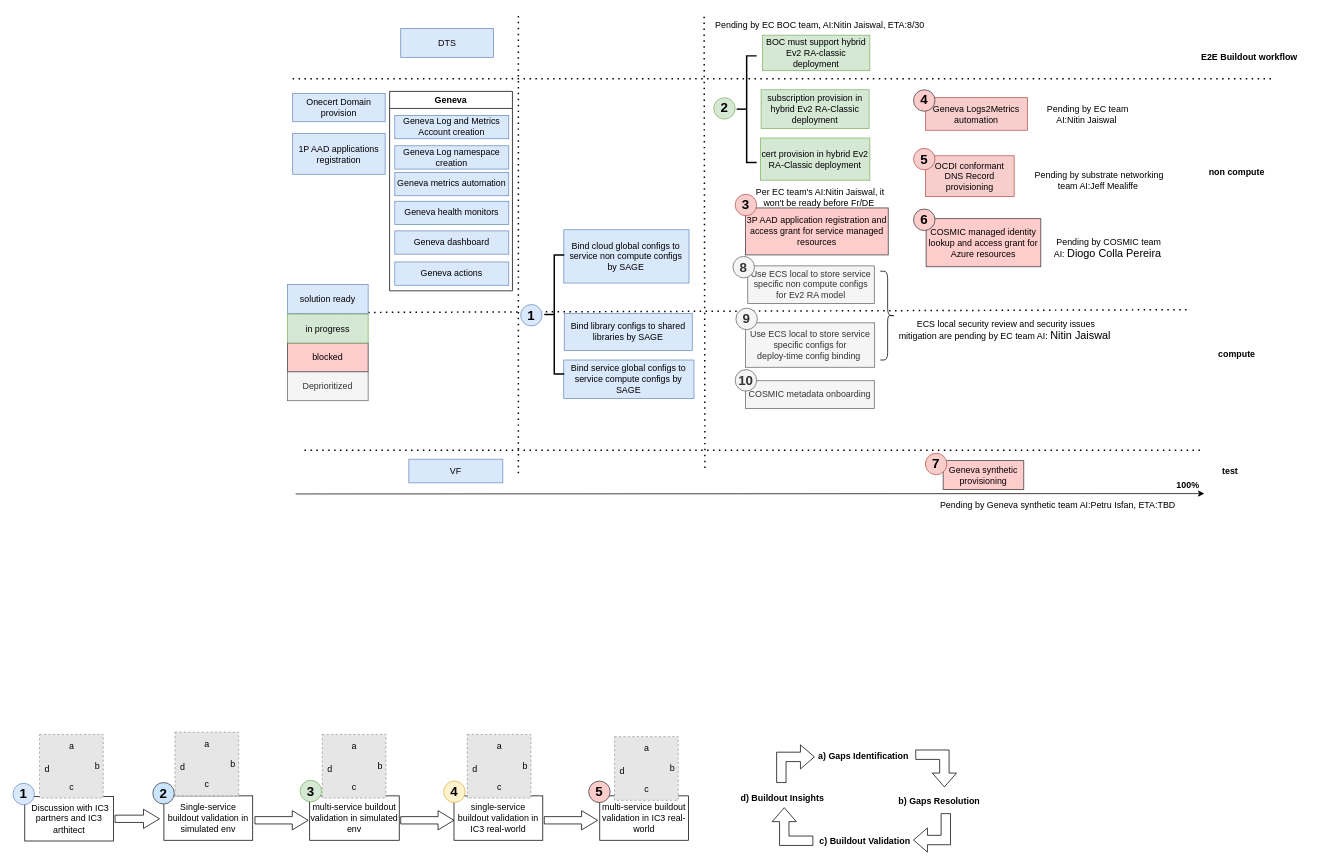
Before: page "automation status overview" (9 of 10) of buildout.drawio in nonly/timewheel, a draw.io diagram. Source tidied: cells renumbered, new cells numbered last; positions are measured from the earlier drawing's top-left corner, leaving out a move shared by most shapes. Both pictures are drawn from the tidied source at 74%, with x=0, y=0 at pixel (13, 13). Pictures stored in the file or linked from it are replaced by grey dashed boxes.
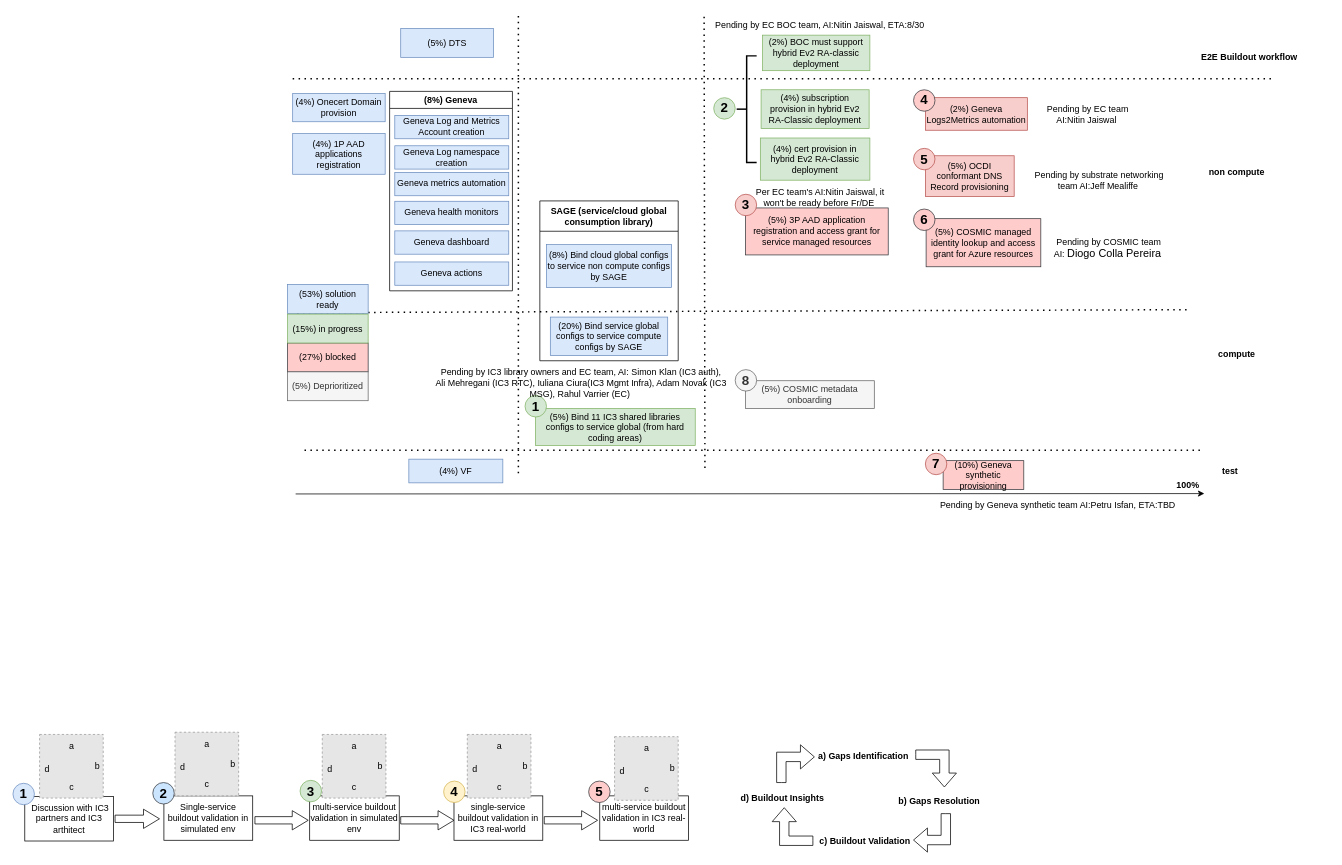
The same page after the edit.

The edit, as a diff of the source:
```diff
@@
-    <mxCell id="3" value="Onecert Domain provision" style="rounded=0;whiteSpace=wrap;html=1;fillColor=#dae8fc;strokeColor=#6c8ebf;" parent="1" vertex="1">
+    <mxCell id="3" value="(4%) Onecert Domain provision" style="rounded=0;whiteSpace=wrap;html=1;fillColor=#dae8fc;strokeColor=#6c8ebf;" parent="1" vertex="1">
       <mxGeometry x="378" y="108" width="125" height="38" as="geometry" />
     </mxCell>
@@
-    <mxCell id="5" value="Use ECS local to store service specific non compute configs for Ev2 RA model" style="rounded=0;whiteSpace=wrap;html=1;fillColor=#f5f5f5;strokeColor=#666666;fontColor=#333333;" parent="1" vertex="1">
-      <mxGeometry x="993" y="340.8" width="171" height="51" as="geometry" />
-    </mxCell>
-    <mxCell id="6" value="Use ECS local to store service specific configs for&lt;br&gt;deploy-time config binding&amp;nbsp;" style="rounded=0;whiteSpace=wrap;html=1;fillColor=#f5f5f5;strokeColor=#666666;fontColor=#333333;" parent="1" vertex="1">
-      <mxGeometry x="989.8" y="417.8" width="174.7" height="60" as="geometry" />
-    </mxCell>
-    <mxCell id="7" value="subscription provision in hybrid Ev2 RA-Classic deployment" style="rounded=0;whiteSpace=wrap;html=1;fillColor=#d5e8d4;strokeColor=#82b366;" parent="1" vertex="1">
+    <mxCell id="7" value="(4%) subscription provision in hybrid Ev2 RA-Classic deployment" style="rounded=0;whiteSpace=wrap;html=1;fillColor=#d5e8d4;strokeColor=#82b366;" parent="1" vertex="1">
       <mxGeometry x="1011" y="102.8" width="146" height="52.5" as="geometry" />
     </mxCell>
-    <mxCell id="8" value="cert provision in hybrid Ev2 RA-Classic deployment" style="rounded=0;whiteSpace=wrap;html=1;fillColor=#d5e8d4;strokeColor=#82b366;" parent="1" vertex="1">
+    <mxCell id="8" value="(4%) cert provision in hybrid Ev2 RA-Classic deployment" style="rounded=0;whiteSpace=wrap;html=1;fillColor=#d5e8d4;strokeColor=#82b366;" parent="1" vertex="1">
       <mxGeometry x="1010" y="168" width="148" height="57" as="geometry" />
     </mxCell>
-    <mxCell id="9" value="Bind service global configs to service compute configs by SAGE" style="rounded=0;whiteSpace=wrap;html=1;fillColor=#dae8fc;strokeColor=#6c8ebf;" parent="1" vertex="1">
-      <mxGeometry x="744.3" y="468" width="176" height="52" as="geometry" />
-    </mxCell>
-    <mxCell id="10" value="Bind library configs to shared libraries by SAGE" style="rounded=0;whiteSpace=wrap;html=1;fillColor=#dae8fc;strokeColor=#6c8ebf;" parent="1" vertex="1">
-      <mxGeometry x="745" y="405.2" width="173" height="50" as="geometry" />
+    <mxCell id="10" value="(5%) Bind 11 IC3 shared libraries configs to service global (from hard coding areas)" style="rounded=0;whiteSpace=wrap;html=1;fillColor=#d5e8d4;strokeColor=#82b366;" parent="1" vertex="1">
+      <mxGeometry x="706" y="533.5" width="216" height="50" as="geometry" />
     </mxCell>
-    <mxCell id="11" value="3P AAD application registration and access grant for service managed resources" style="rounded=0;whiteSpace=wrap;html=1;fillColor=#ffcccc;strokeColor=#36393d;" parent="1" vertex="1">
+    <mxCell id="11" value="(5%) 3P AAD application registration and access grant for service managed resources" style="rounded=0;whiteSpace=wrap;html=1;fillColor=#ffcccc;strokeColor=#36393d;" parent="1" vertex="1">
       <mxGeometry x="989.8" y="262.5" width="193" height="63.5" as="geometry" />
     </mxCell>
-    <mxCell id="12" value="OCDI conformant DNS Record provisioning" style="rounded=0;whiteSpace=wrap;html=1;fillColor=#f8cecc;strokeColor=#b85450;" parent="1" vertex="1">
+    <mxCell id="12" value="(5%) OCDI conformant DNS Record provisioning" style="rounded=0;whiteSpace=wrap;html=1;fillColor=#f8cecc;strokeColor=#b85450;" parent="1" vertex="1">
       <mxGeometry x="1233" y="192" width="120" height="55" as="geometry" />
     </mxCell>
-    <mxCell id="13" value="COSMIC managed identity lookup and access grant for Azure resources" style="rounded=0;whiteSpace=wrap;html=1;fillColor=#ffcccc;strokeColor=#36393d;" parent="1" vertex="1">
+    <mxCell id="13" value="(5%) COSMIC managed identity lookup and access grant for Azure resources" style="rounded=0;whiteSpace=wrap;html=1;fillColor=#ffcccc;strokeColor=#36393d;" parent="1" vertex="1">
       <mxGeometry x="1234" y="277" width="155" height="65" as="geometry" />
     </mxCell>
-    <mxCell id="14" value="Geneva synthetic provisioning" style="rounded=0;whiteSpace=wrap;html=1;fillColor=#ffcccc;strokeColor=#36393d;" parent="1" vertex="1">
+    <mxCell id="14" value="(10%) Geneva synthetic provisioning" style="rounded=0;whiteSpace=wrap;html=1;fillColor=#ffcccc;strokeColor=#36393d;" parent="1" vertex="1">
       <mxGeometry x="1257" y="604" width="109" height="39" as="geometry" />
     </mxCell>
@@
-    <mxCell id="16" value="COSMIC metadata onboarding" style="rounded=0;whiteSpace=wrap;html=1;fillColor=#f5f5f5;strokeColor=#666666;fontColor=#333333;" parent="1" vertex="1">
+    <mxCell id="16" value="(5%) COSMIC metadata onboarding" style="rounded=0;whiteSpace=wrap;html=1;fillColor=#f5f5f5;strokeColor=#666666;fontColor=#333333;" parent="1" vertex="1">
       <mxGeometry x="989.8" y="496" width="174.2" height="37.5" as="geometry" />
     </mxCell>
@@
-    <mxCell id="23" value="VF" style="rounded=0;whiteSpace=wrap;html=1;fillColor=#dae8fc;strokeColor=#6c8ebf;" parent="1" vertex="1">
+    <mxCell id="23" value="(4%) VF" style="rounded=0;whiteSpace=wrap;html=1;fillColor=#dae8fc;strokeColor=#6c8ebf;" parent="1" vertex="1">
       <mxGeometry x="535" y="602" width="127" height="32" as="geometry" />
     </mxCell>
@@
-    <mxCell id="25" value="DTS" style="rounded=0;whiteSpace=wrap;html=1;fillColor=#dae8fc;strokeColor=#6c8ebf;" parent="1" vertex="1">
+    <mxCell id="25" value="(5%) DTS" style="rounded=0;whiteSpace=wrap;html=1;fillColor=#dae8fc;strokeColor=#6c8ebf;" parent="1" vertex="1">
       <mxGeometry x="524" y="20" width="125.5" height="39" as="geometry" />
     </mxCell>
-    <mxCell id="26" value="blocked" style="rounded=0;whiteSpace=wrap;html=1;fillColor=#ffcccc;strokeColor=#36393d;" parent="1" vertex="1">
+    <mxCell id="26" value="(27%) blocked" style="rounded=0;whiteSpace=wrap;html=1;fillColor=#ffcccc;strokeColor=#36393d;" parent="1" vertex="1">
       <mxGeometry x="371" y="445" width="109" height="39" as="geometry" />
     </mxCell>
-    <mxCell id="27" value="Deprioritized" style="rounded=0;whiteSpace=wrap;html=1;fillColor=#f5f5f5;strokeColor=#666666;fontColor=#333333;" parent="1" vertex="1">
+    <mxCell id="27" value="(5%) Deprioritized" style="rounded=0;whiteSpace=wrap;html=1;fillColor=#f5f5f5;strokeColor=#666666;fontColor=#333333;" parent="1" vertex="1">
       <mxGeometry x="371" y="484" width="109" height="39" as="geometry" />
     </mxCell>
-    <mxCell id="28" value="solution ready" style="rounded=0;whiteSpace=wrap;html=1;fillColor=#dae8fc;strokeColor=#6c8ebf;" parent="1" vertex="1">
+    <mxCell id="28" value="(53%) solution ready" style="rounded=0;whiteSpace=wrap;html=1;fillColor=#dae8fc;strokeColor=#6c8ebf;" parent="1" vertex="1">
       <mxGeometry x="371" y="366" width="109" height="39" as="geometry" />
     </mxCell>
-    <mxCell id="29" value="Bind cloud global configs to service non compute configs by SAGE" style="rounded=0;whiteSpace=wrap;html=1;fillColor=#dae8fc;strokeColor=#6c8ebf;" parent="1" vertex="1">
-      <mxGeometry x="744.4" y="292" width="169.2" height="72" as="geometry" />
-    </mxCell>
@@
-    <mxCell id="31" value="BOC must support hybrid Ev2 RA-classic deployment" style="rounded=0;whiteSpace=wrap;html=1;fillColor=#d5e8d4;strokeColor=#82b366;" parent="1" vertex="1">
+    <mxCell id="31" value="(2%) BOC must support hybrid Ev2 RA-classic deployment" style="rounded=0;whiteSpace=wrap;html=1;fillColor=#d5e8d4;strokeColor=#82b366;" parent="1" vertex="1">
       <mxGeometry x="1013" y="29" width="145" height="48" as="geometry" />
     </mxCell>
-    <mxCell id="32" value="&lt;font size=&quot;1&quot; style=&quot;&quot;&gt;&lt;b style=&quot;font-size: 18px;&quot;&gt;1&lt;/b&gt;&lt;/font&gt;" style="ellipse;whiteSpace=wrap;html=1;strokeWidth=1;fillColor=#dae8fc;strokeColor=#6c8ebf;" parent="1" vertex="1">
-      <mxGeometry x="686" y="393" width="29" height="29" as="geometry" />
-    </mxCell>
-    <mxCell id="33" style="strokeWidth=2;html=1;shape=mxgraph.flowchart.annotation_2;align=left;labelPosition=right;" parent="1" vertex="1">
-      <mxGeometry x="718" y="326" width="27" height="161" as="geometry" />
-    </mxCell>
@@
-    <mxCell id="38" value="in progress" style="rounded=0;whiteSpace=wrap;html=1;fillColor=#d5e8d4;strokeColor=#82b366;" parent="1" vertex="1">
+    <mxCell id="38" value="(15%) in progress" style="rounded=0;whiteSpace=wrap;html=1;fillColor=#d5e8d4;strokeColor=#82b366;" parent="1" vertex="1">
       <mxGeometry x="371" y="406" width="109" height="39" as="geometry" />
     </mxCell>
@@
-    <mxCell id="96" value="1P AAD applications registration" style="rounded=0;whiteSpace=wrap;html=1;fillColor=#dae8fc;strokeColor=#6c8ebf;" parent="1" vertex="1">
+    <mxCell id="96" value="(4%) 1P AAD applications registration" style="rounded=0;whiteSpace=wrap;html=1;fillColor=#dae8fc;strokeColor=#6c8ebf;" parent="1" vertex="1">
       <mxGeometry x="378" y="162" width="125" height="55" as="geometry" />
     </mxCell>
-    <mxCell id="97" value="Geneva" style="swimlane;whiteSpace=wrap;html=1;" parent="1" vertex="1">
+    <mxCell id="97" value="(8%) Geneva" style="swimlane;whiteSpace=wrap;html=1;" parent="1" vertex="1">
       <mxGeometry x="509" y="105" width="166" height="269.5" as="geometry" />
     </mxCell>
@@
-    <mxCell id="105" value="Geneva Logs2Metrics automation" style="rounded=0;whiteSpace=wrap;html=1;fillColor=#f8cecc;strokeColor=#b85450;" parent="1" vertex="1">
+    <mxCell id="105" value="(2%) Geneva Logs2Metrics automation" style="rounded=0;whiteSpace=wrap;html=1;fillColor=#f8cecc;strokeColor=#b85450;" parent="1" vertex="1">
       <mxGeometry x="1233" y="113.5" width="137.8" height="44" as="geometry" />
     </mxCell>
@@
-    <mxCell id="111" value="&lt;font size=&quot;1&quot; style=&quot;&quot;&gt;&lt;b style=&quot;font-size: 18px;&quot;&gt;8&lt;/b&gt;&lt;/font&gt;" style="ellipse;whiteSpace=wrap;html=1;strokeWidth=1;fillColor=#f5f5f5;strokeColor=#666666;fontColor=#333333;" parent="1" vertex="1">
-      <mxGeometry x="973" y="328" width="29" height="29" as="geometry" />
-    </mxCell>
-    <mxCell id="112" value="&lt;font size=&quot;1&quot; style=&quot;&quot;&gt;&lt;b style=&quot;font-size: 18px;&quot;&gt;9&lt;/b&gt;&lt;/font&gt;" style="ellipse;whiteSpace=wrap;html=1;strokeWidth=1;fillColor=#f5f5f5;strokeColor=#666666;fontColor=#333333;" parent="1" vertex="1">
-      <mxGeometry x="977" y="398" width="29" height="29" as="geometry" />
-    </mxCell>
-    <mxCell id="113" value="&lt;font size=&quot;1&quot; style=&quot;&quot;&gt;&lt;b style=&quot;font-size: 18px;&quot;&gt;10&lt;/b&gt;&lt;/font&gt;" style="ellipse;whiteSpace=wrap;html=1;strokeWidth=1;fillColor=#f5f5f5;strokeColor=#666666;fontColor=#333333;" parent="1" vertex="1">
+    <mxCell id="113" value="&lt;font size=&quot;1&quot; style=&quot;&quot;&gt;&lt;b style=&quot;font-size: 18px;&quot;&gt;8&lt;/b&gt;&lt;/font&gt;" style="ellipse;whiteSpace=wrap;html=1;strokeWidth=1;fillColor=#f5f5f5;strokeColor=#666666;fontColor=#333333;" parent="1" vertex="1">
       <mxGeometry x="976" y="481" width="29" height="29" as="geometry" />
     </mxCell>
-    <mxCell id="114" value="&amp;nbsp;ECS local security review and security issues mitigation are pending by EC team AI: &lt;font face=&quot;Calibri, sans-serif&quot;&gt;&lt;span style=&quot;font-size: 14.6667px;&quot;&gt;Nitin Jaiswal&lt;/span&gt;&lt;/font&gt;" style="text;html=1;align=center;verticalAlign=middle;whiteSpace=wrap;rounded=0;" parent="1" vertex="1">
-      <mxGeometry x="1192" y="400.5" width="297.2" height="54.8" as="geometry" />
-    </mxCell>
-    <mxCell id="115" style="shape=curlyBracket;whiteSpace=wrap;html=1;rounded=1;flipH=1;labelPosition=right;verticalLabelPosition=middle;align=left;verticalAlign=middle;" parent="1" vertex="1">
-      <mxGeometry x="1172" y="348" width="20" height="120" as="geometry" />
-    </mxCell>
+    <mxCell id="116" value="SAGE (service/cloud global consumption library)" style="swimlane;whiteSpace=wrap;html=1;startSize=41;" parent="1" vertex="1">
+      <mxGeometry x="712" y="253" width="187" height="216" as="geometry" />
+    </mxCell>
+    <mxCell id="29" value="(8%) Bind cloud global configs to service non compute configs by SAGE" style="rounded=0;whiteSpace=wrap;html=1;fillColor=#dae8fc;strokeColor=#6c8ebf;" parent="116" vertex="1">
+      <mxGeometry x="8.9" y="59" width="169.2" height="58" as="geometry" />
+    </mxCell>
+    <mxCell id="9" value="(20%) Bind service global configs to service compute configs by SAGE" style="rounded=0;whiteSpace=wrap;html=1;fillColor=#dae8fc;strokeColor=#6c8ebf;" parent="116" vertex="1">
+      <mxGeometry x="14.2" y="157" width="158.6" height="52" as="geometry" />
+    </mxCell>
+    <mxCell id="32" value="&lt;font size=&quot;1&quot; style=&quot;&quot;&gt;&lt;b style=&quot;font-size: 18px;&quot;&gt;1&lt;/b&gt;&lt;/font&gt;" style="ellipse;whiteSpace=wrap;html=1;strokeWidth=1;fillColor=#d5e8d4;strokeColor=#82b366;" parent="1" vertex="1">
+      <mxGeometry x="692" y="516" width="29" height="29" as="geometry" />
+    </mxCell>
+    <mxCell id="117" value="&amp;nbsp;Pending by IC3 library owners and EC team, AI: Simon Klan (IC3 auth),&amp;nbsp;&lt;div&gt;Ali Mehregani (IC3 RTC), Iuliana Ciura(IC3 Mgmt Infra), Adam Novak (IC3 MSG), Rahul Varrier (EC)&amp;nbsp;&lt;/div&gt;" style="text;html=1;align=center;verticalAlign=middle;whiteSpace=wrap;rounded=0;" parent="1" vertex="1">
+      <mxGeometry x="563" y="484" width="410" height="30" as="geometry" />
+    </mxCell>
```
